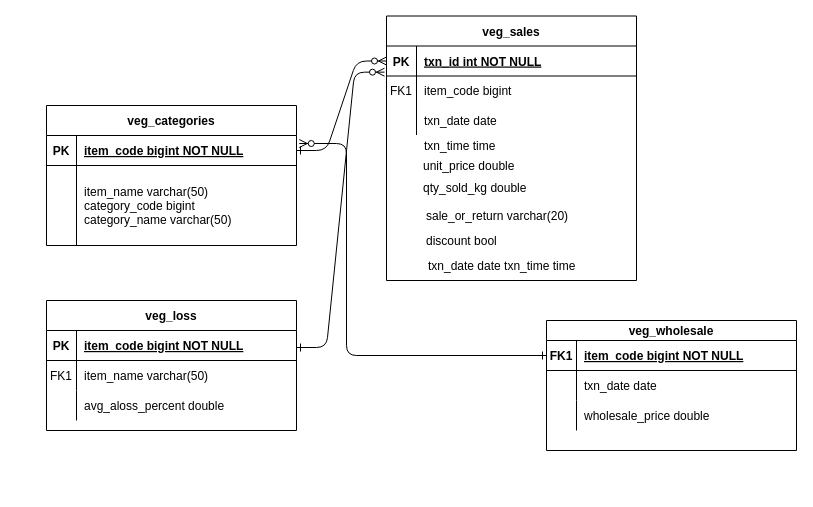
Ranjani-data-explorer/Ranjani-data-explorer keeps this draw.io diagram as Untitled Diagram.drawio. Above is the earlier version. Source tidied: cells renumbered, new cells numbered last; positions are measured from the earlier drawing's top-left corner, leaving out a move shared by most shapes. Both pictures are drawn from the tidied source at 100%, with x=0, y=0 at pixel (46, 16).
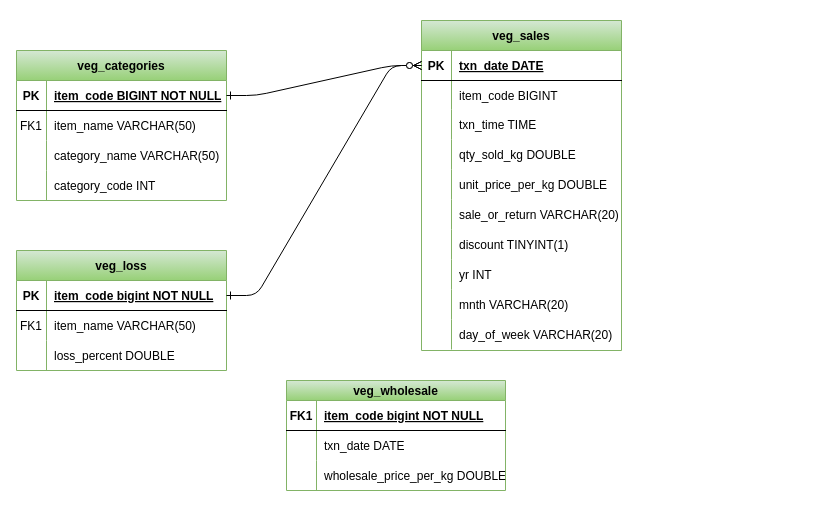
After the change.

What changed in the source:
```diff
@@
-    <mxCell id="2" style="edgeStyle=entityRelationEdgeStyle;endArrow=ERzeroToMany;startArrow=ERone;endFill=1;startFill=0;entryX=0;entryY=0.5;entryDx=0;entryDy=0;exitX=1;exitY=0.5;exitDx=0;exitDy=0;" parent="1" edge="1" source="24" target="4">
-      <mxGeometry relative="1" as="geometry">
-        <Array as="points">
-          <mxPoint x="380" y="23.5" />
-          <mxPoint x="370" y="44" />
-        </Array>
-      </mxGeometry>
-    </mxCell>
-    <mxCell id="3" value="veg_sales" style="shape=table;startSize=30;childLayout=tableLayout;rowLines=0;fontStyle=1;align=center;" parent="1" vertex="1">
-      <mxGeometry x="340" y="-0.5" width="250" height="264.5" as="geometry" />
+    <mxCell id="3" value="veg_sales" style="shape=table;startSize=30;childLayout=tableLayout;rowLines=0;fontStyle=1;align=center;fillColor=#d5e8d4;strokeColor=#82b366;gradientColor=#97d077;" parent="1" vertex="1">
+      <mxGeometry x="375" y="4" width="200" height="330" as="geometry" />
     </mxCell>
     <mxCell id="4" style="shape=partialRectangle;fillColor=none;points=[[0,0.5],[1,0.5]];portConstraint=eastwest;top=0;left=0;right=0;bottom=1;" parent="3" vertex="1">
-      <mxGeometry y="30" width="250" height="30" as="geometry" />
+      <mxGeometry y="30" width="200" height="30" as="geometry" />
     </mxCell>
@@
-    <mxCell id="6" value="txn_id int NOT NULL " style="shape=partialRectangle;overflow=hidden;fillColor=none;top=0;left=0;bottom=0;right=0;align=left;spacingLeft=6;fontStyle=5;" parent="4" vertex="1">
-      <mxGeometry x="30" width="220" height="30" as="geometry" />
+    <mxCell id="6" value="txn_date DATE" style="shape=partialRectangle;overflow=hidden;fillColor=none;top=0;left=0;bottom=0;right=0;align=left;spacingLeft=6;fontStyle=5;" parent="4" vertex="1">
+      <mxGeometry x="30" width="170" height="30" as="geometry" />
     </mxCell>
     <mxCell id="7" style="shape=partialRectangle;fillColor=none;points=[[0,0.5],[1,0.5]];portConstraint=eastwest;top=0;left=0;right=0;bottom=0;" parent="3" vertex="1">
-      <mxGeometry y="60" width="250" height="29" as="geometry" />
+      <mxGeometry y="60" width="200" height="29" as="geometry" />
     </mxCell>
-    <mxCell id="8" value="FK1" style="shape=partialRectangle;overflow=hidden;fillColor=none;top=0;left=0;bottom=0;right=0;" parent="7" vertex="1">
+    <mxCell id="8" style="shape=partialRectangle;overflow=hidden;fillColor=none;top=0;left=0;bottom=0;right=0;" parent="7" vertex="1">
       <mxGeometry width="30" height="29" as="geometry" />
     </mxCell>
-    <mxCell id="9" value="item_code bigint" style="shape=partialRectangle;overflow=hidden;fillColor=none;top=0;left=0;bottom=0;right=0;align=left;spacingLeft=6;" parent="7" vertex="1">
-      <mxGeometry x="30" width="220" height="29" as="geometry" />
+    <mxCell id="9" value="item_code BIGINT" style="shape=partialRectangle;overflow=hidden;fillColor=none;top=0;left=0;bottom=0;right=0;align=left;spacingLeft=6;" parent="7" vertex="1">
+      <mxGeometry x="30" width="170" height="29" as="geometry" />
     </mxCell>
     <mxCell id="10" style="shape=partialRectangle;fillColor=none;top=0;left=0;right=0;bottom=0;" parent="3" vertex="1">
-      <mxGeometry y="89" width="250" height="30" as="geometry" />
+      <mxGeometry y="89" width="200" height="30" as="geometry" />
     </mxCell>
@@
-    <mxCell id="12" value="txn_date date  " style="shape=partialRectangle;overflow=hidden;fillColor=none;top=0;left=0;bottom=0;right=0;align=left;spacingLeft=6;" parent="10" vertex="1">
-      <mxGeometry x="30" width="220" height="30" as="geometry" />
+    <mxCell id="12" value="txn_time TIME" style="shape=partialRectangle;overflow=hidden;fillColor=none;top=0;left=0;bottom=0;right=0;align=left;spacingLeft=6;" parent="10" vertex="1">
+      <mxGeometry x="30" width="170" height="30" as="geometry" />
     </mxCell>
+    <mxCell id="48" style="shape=partialRectangle;fillColor=none;top=0;left=0;right=0;bottom=0;" parent="3" vertex="1">
+      <mxGeometry y="119" width="200" height="30" as="geometry" />
+    </mxCell>
+    <mxCell id="49" style="shape=partialRectangle;overflow=hidden;fillColor=none;top=0;left=0;bottom=0;right=0;" parent="48" vertex="1">
+      <mxGeometry width="30" height="30" as="geometry" />
+    </mxCell>
+    <mxCell id="50" value="qty_sold_kg DOUBLE" style="shape=partialRectangle;overflow=hidden;fillColor=none;top=0;left=0;bottom=0;right=0;align=left;spacingLeft=6;" parent="48" vertex="1">
+      <mxGeometry x="30" width="170" height="30" as="geometry" />
+    </mxCell>
+    <mxCell id="51" style="shape=partialRectangle;fillColor=none;top=0;left=0;right=0;bottom=0;" parent="3" vertex="1">
+      <mxGeometry y="149" width="200" height="30" as="geometry" />
+    </mxCell>
+    <mxCell id="52" style="shape=partialRectangle;overflow=hidden;fillColor=none;top=0;left=0;bottom=0;right=0;" parent="51" vertex="1">
+      <mxGeometry width="30" height="30" as="geometry" />
+    </mxCell>
+    <mxCell id="53" value="unit_price_per_kg DOUBLE" style="shape=partialRectangle;overflow=hidden;fillColor=none;top=0;left=0;bottom=0;right=0;align=left;spacingLeft=6;" parent="51" vertex="1">
+      <mxGeometry x="30" width="170" height="30" as="geometry" />
+    </mxCell>
+    <mxCell id="54" style="shape=partialRectangle;fillColor=none;top=0;left=0;right=0;bottom=0;" parent="3" vertex="1">
+      <mxGeometry y="179" width="200" height="30" as="geometry" />
+    </mxCell>
+    <mxCell id="55" style="shape=partialRectangle;overflow=hidden;fillColor=none;top=0;left=0;bottom=0;right=0;" parent="54" vertex="1">
+      <mxGeometry width="30" height="30" as="geometry" />
+    </mxCell>
+    <mxCell id="56" value="sale_or_return VARCHAR(20)" style="shape=partialRectangle;overflow=hidden;fillColor=none;top=0;left=0;bottom=0;right=0;align=left;spacingLeft=6;" parent="54" vertex="1">
+      <mxGeometry x="30" width="170" height="30" as="geometry" />
+    </mxCell>
+    <mxCell id="57" style="shape=partialRectangle;fillColor=none;top=0;left=0;right=0;bottom=0;" parent="3" vertex="1">
+      <mxGeometry y="209" width="200" height="30" as="geometry" />
+    </mxCell>
+    <mxCell id="58" style="shape=partialRectangle;overflow=hidden;fillColor=none;top=0;left=0;bottom=0;right=0;" parent="57" vertex="1">
+      <mxGeometry width="30" height="30" as="geometry" />
+    </mxCell>
+    <mxCell id="59" value="discount TINYINT(1)" style="shape=partialRectangle;overflow=hidden;fillColor=none;top=0;left=0;bottom=0;right=0;align=left;spacingLeft=6;" parent="57" vertex="1">
+      <mxGeometry x="30" width="170" height="30" as="geometry" />
+    </mxCell>
+    <mxCell id="60" style="shape=partialRectangle;fillColor=none;top=0;left=0;right=0;bottom=0;" parent="3" vertex="1">
+      <mxGeometry y="239" width="200" height="30" as="geometry" />
+    </mxCell>
+    <mxCell id="61" style="shape=partialRectangle;overflow=hidden;fillColor=none;top=0;left=0;bottom=0;right=0;" parent="60" vertex="1">
+      <mxGeometry width="30" height="30" as="geometry" />
+    </mxCell>
+    <mxCell id="62" value="yr INT" style="shape=partialRectangle;overflow=hidden;fillColor=none;top=0;left=0;bottom=0;right=0;align=left;spacingLeft=6;" parent="60" vertex="1">
+      <mxGeometry x="30" width="170" height="30" as="geometry" />
+    </mxCell>
+    <mxCell id="63" style="shape=partialRectangle;fillColor=none;top=0;left=0;right=0;bottom=0;" parent="3" vertex="1">
+      <mxGeometry y="269" width="200" height="30" as="geometry" />
+    </mxCell>
+    <mxCell id="64" style="shape=partialRectangle;overflow=hidden;fillColor=none;top=0;left=0;bottom=0;right=0;" parent="63" vertex="1">
+      <mxGeometry width="30" height="30" as="geometry" />
+    </mxCell>
+    <mxCell id="65" value="mnth VARCHAR(20)" style="shape=partialRectangle;overflow=hidden;fillColor=none;top=0;left=0;bottom=0;right=0;align=left;spacingLeft=6;" parent="63" vertex="1">
+      <mxGeometry x="30" width="170" height="30" as="geometry" />
+    </mxCell>
+    <mxCell id="66" style="shape=partialRectangle;fillColor=none;top=0;left=0;right=0;bottom=0;" parent="3" vertex="1">
+      <mxGeometry y="299" width="200" height="30" as="geometry" />
+    </mxCell>
+    <mxCell id="67" style="shape=partialRectangle;overflow=hidden;fillColor=none;top=0;left=0;bottom=0;right=0;" parent="66" vertex="1">
+      <mxGeometry width="30" height="30" as="geometry" />
+    </mxCell>
+    <mxCell id="68" value="day_of_week VARCHAR(20)" style="shape=partialRectangle;overflow=hidden;fillColor=none;top=0;left=0;bottom=0;right=0;align=left;spacingLeft=6;" parent="66" vertex="1">
+      <mxGeometry x="30" width="170" height="30" as="geometry" />
+    </mxCell>
-    <mxCell id="13" value="veg_loss" style="shape=table;startSize=30;childLayout=tableLayout;rowLines=0;fontStyle=1;align=center;" parent="1" vertex="1">
-      <mxGeometry y="284" width="250" height="130" as="geometry" />
+    <mxCell id="13" value="veg_loss" style="shape=table;startSize=30;childLayout=tableLayout;rowLines=0;fontStyle=1;align=center;fillColor=#d5e8d4;gradientColor=#97d077;strokeColor=#82b366;" parent="1" vertex="1">
+      <mxGeometry x="-30" y="234" width="210" height="120" as="geometry" />
     </mxCell>
     <mxCell id="14" style="shape=partialRectangle;fillColor=none;points=[[0,0.5],[1,0.5]];portConstraint=eastwest;top=0;left=0;right=0;bottom=1;" parent="13" vertex="1">
-      <mxGeometry y="30" width="250" height="30" as="geometry" />
+      <mxGeometry y="30" width="210" height="30" as="geometry" />
     </mxCell>
@@
     <mxCell id="16" value="item_code bigint NOT NULL" style="shape=partialRectangle;overflow=hidden;fillColor=none;top=0;left=0;bottom=0;right=0;align=left;spacingLeft=6;fontStyle=5;" parent="14" vertex="1">
-      <mxGeometry x="30" width="220" height="30" as="geometry" />
+      <mxGeometry x="30" width="180" height="30" as="geometry" />
     </mxCell>
     <mxCell id="17" style="shape=partialRectangle;fillColor=none;top=0;left=0;right=0;bottom=0;" parent="13" vertex="1">
-      <mxGeometry y="60" width="250" height="30" as="geometry" />
+      <mxGeometry y="60" width="210" height="30" as="geometry" />
     </mxCell>
@@
-    <mxCell id="19" value="item_name varchar(50)" style="shape=partialRectangle;overflow=hidden;fillColor=none;top=0;left=0;bottom=0;right=0;align=left;spacingLeft=6;" parent="17" vertex="1">
-      <mxGeometry x="30" width="220" height="30" as="geometry" />
+    <mxCell id="19" value="item_name VARCHAR(50)" style="shape=partialRectangle;overflow=hidden;fillColor=none;top=0;left=0;bottom=0;right=0;align=left;spacingLeft=6;" parent="17" vertex="1">
+      <mxGeometry x="30" width="180" height="30" as="geometry" />
     </mxCell>
     <mxCell id="20" style="shape=partialRectangle;fillColor=none;top=0;left=0;right=0;bottom=0;" parent="13" vertex="1">
-      <mxGeometry y="90" width="250" height="30" as="geometry" />
+      <mxGeometry y="90" width="210" height="30" as="geometry" />
     </mxCell>
@@
-    <mxCell id="22" value="avg_aloss_percent double" style="shape=partialRectangle;overflow=hidden;fillColor=none;top=0;left=0;bottom=0;right=0;align=left;spacingLeft=6;" parent="20" vertex="1">
-      <mxGeometry x="30" width="220" height="30" as="geometry" />
+    <mxCell id="22" value="loss_percent DOUBLE" style="shape=partialRectangle;overflow=hidden;fillColor=none;top=0;left=0;bottom=0;right=0;align=left;spacingLeft=6;" parent="20" vertex="1">
+      <mxGeometry x="30" width="180" height="30" as="geometry" />
     </mxCell>
-    <mxCell id="23" value="veg_categories" style="shape=table;startSize=30;childLayout=tableLayout;rowLines=0;fontStyle=1;align=center;" parent="1" vertex="1">
-      <mxGeometry y="89" width="250" height="140" as="geometry" />
-    </mxCell>
-    <mxCell id="24" style="shape=partialRectangle;fillColor=none;points=[[0,0.5],[1,0.5]];portConstraint=eastwest;top=0;left=0;right=0;bottom=1;" parent="23" vertex="1">
-      <mxGeometry y="30" width="250" height="30" as="geometry" />
-    </mxCell>
-    <mxCell id="25" value="PK" style="shape=partialRectangle;overflow=hidden;fillColor=none;top=0;left=0;bottom=0;right=0;fontStyle=1;" parent="24" vertex="1">
-      <mxGeometry width="30" height="30" as="geometry" />
-    </mxCell>
-    <mxCell id="26" value="item_code bigint NOT NULL " style="shape=partialRectangle;overflow=hidden;fillColor=none;top=0;left=0;bottom=0;right=0;align=left;spacingLeft=6;fontStyle=5;" parent="24" vertex="1">
-      <mxGeometry x="30" width="220" height="30" as="geometry" />
-    </mxCell>
-    <mxCell id="27" style="shape=partialRectangle;fillColor=none;top=0;left=0;right=0;bottom=0;" parent="23" vertex="1">
-      <mxGeometry y="60" width="250" height="80" as="geometry" />
-    </mxCell>
-    <mxCell id="28" style="shape=partialRectangle;overflow=hidden;fillColor=none;top=0;left=0;bottom=0;right=0;" parent="27" vertex="1">
-      <mxGeometry width="30" height="80" as="geometry" />
-    </mxCell>
-    <mxCell id="29" value="item_name varchar(50)&#10;category_code bigint&#10;category_name varchar(50)" style="shape=partialRectangle;overflow=hidden;fillColor=none;top=0;left=0;bottom=0;right=0;align=left;spacingLeft=6;" parent="27" vertex="1">
-      <mxGeometry x="30" width="220" height="80" as="geometry" />
-    </mxCell>
-    <mxCell id="30" value="unit_price double " style="shape=partialRectangle;overflow=hidden;fillColor=none;top=0;left=0;bottom=0;right=0;align=left;spacingLeft=6;" parent="1" vertex="1">
-      <mxGeometry x="369" y="134" width="220" height="30" as="geometry" />
-    </mxCell>
-    <mxCell id="31" value="qty_sold_kg double" style="shape=partialRectangle;overflow=hidden;fillColor=none;top=0;left=0;bottom=0;right=0;align=left;spacingLeft=6;" parent="1" vertex="1">
-      <mxGeometry x="369" y="156" width="220" height="30" as="geometry" />
-    </mxCell>
-    <mxCell id="32" value="sale_or_return varchar(20)" style="shape=partialRectangle;overflow=hidden;fillColor=none;top=0;left=0;bottom=0;right=0;align=left;spacingLeft=6;" parent="1" vertex="1">
-      <mxGeometry x="372" y="184" width="220" height="30" as="geometry" />
-    </mxCell>
-    <mxCell id="33" value="discount bool" style="shape=partialRectangle;overflow=hidden;fillColor=none;top=0;left=0;bottom=0;right=0;align=left;spacingLeft=6;" parent="1" vertex="1">
-      <mxGeometry x="372" y="209" width="220" height="30" as="geometry" />
-    </mxCell>
-    <mxCell id="34" value="txn_date date txn_time time " style="shape=partialRectangle;overflow=hidden;fillColor=none;top=0;left=0;bottom=0;right=0;align=left;spacingLeft=6;" parent="1" vertex="1">
-      <mxGeometry x="374" y="234" width="220" height="30" as="geometry" />
-    </mxCell>
-    <mxCell id="35" value="txn_time time  " style="shape=partialRectangle;overflow=hidden;fillColor=none;top=0;left=0;bottom=0;right=0;align=left;spacingLeft=6;" parent="1" vertex="1">
-      <mxGeometry x="370" y="113.8" width="220" height="30" as="geometry" />
-    </mxCell>
-    <mxCell id="36" style="edgeStyle=entityRelationEdgeStyle;endArrow=ERzeroToMany;startArrow=ERone;endFill=1;startFill=0;entryX=-0.008;entryY=-0.132;entryDx=0;entryDy=0;entryPerimeter=0;" parent="1" edge="1" target="7">
-      <mxGeometry relative="1" as="geometry">
-        <mxPoint x="250" y="331" as="sourcePoint" />
-        <Array as="points">
-          <mxPoint x="380" y="35" />
-          <mxPoint x="370" y="55.5" />
-        </Array>
-      </mxGeometry>
-    </mxCell>
-    <mxCell id="37" value="veg_wholesale" style="shape=table;startSize=20;childLayout=tableLayout;rowLines=0;fontStyle=1;align=center;" parent="1" vertex="1">
-      <mxGeometry x="500" y="304" width="250" height="130" as="geometry" />
+    <mxCell id="37" value="veg_wholesale" style="shape=table;startSize=20;childLayout=tableLayout;rowLines=0;fontStyle=1;align=center;fillColor=#d5e8d4;gradientColor=#97d077;strokeColor=#82b366;" parent="1" vertex="1">
+      <mxGeometry x="240" y="364" width="219" height="110" as="geometry" />
     </mxCell>
     <mxCell id="38" style="shape=partialRectangle;fillColor=none;points=[[0,0.5],[1,0.5]];portConstraint=eastwest;top=0;left=0;right=0;bottom=1;" parent="37" vertex="1">
-      <mxGeometry y="20" width="250" height="30" as="geometry" />
+      <mxGeometry y="20" width="219" height="30" as="geometry" />
     </mxCell>
@@
     <mxCell id="40" value="item_code bigint NOT NULL" style="shape=partialRectangle;overflow=hidden;fillColor=none;top=0;left=0;bottom=0;right=0;align=left;spacingLeft=6;fontStyle=5;" parent="38" vertex="1">
-      <mxGeometry x="30" width="220" height="30" as="geometry" />
+      <mxGeometry x="30" width="189" height="30" as="geometry" />
     </mxCell>
     <mxCell id="41" style="shape=partialRectangle;fillColor=none;top=0;left=0;right=0;bottom=0;" parent="37" vertex="1">
-      <mxGeometry y="50" width="250" height="30" as="geometry" />
+      <mxGeometry y="50" width="219" height="30" as="geometry" />
     </mxCell>
@@
-    <mxCell id="43" value="txn_date date" style="shape=partialRectangle;overflow=hidden;fillColor=none;top=0;left=0;bottom=0;right=0;align=left;spacingLeft=6;" parent="41" vertex="1">
-      <mxGeometry x="30" width="220" height="30" as="geometry" />
+    <mxCell id="43" value="txn_date DATE" style="shape=partialRectangle;overflow=hidden;fillColor=none;top=0;left=0;bottom=0;right=0;align=left;spacingLeft=6;" parent="41" vertex="1">
+      <mxGeometry x="30" width="189" height="30" as="geometry" />
     </mxCell>
     <mxCell id="44" style="shape=partialRectangle;fillColor=none;top=0;left=0;right=0;bottom=0;" parent="37" vertex="1">
-      <mxGeometry y="80" width="250" height="30" as="geometry" />
+      <mxGeometry y="80" width="219" height="30" as="geometry" />
     </mxCell>
@@
-    <mxCell id="46" value="wholesale_price double" style="shape=partialRectangle;overflow=hidden;fillColor=none;top=0;left=0;bottom=0;right=0;align=left;spacingLeft=6;" parent="44" vertex="1">
-      <mxGeometry x="30" width="220" height="30" as="geometry" />
+    <mxCell id="46" value="wholesale_price_per_kg DOUBLE" style="shape=partialRectangle;overflow=hidden;fillColor=none;top=0;left=0;bottom=0;right=0;align=left;spacingLeft=6;" parent="44" vertex="1">
+      <mxGeometry x="30" width="189" height="30" as="geometry" />
     </mxCell>
-    <mxCell id="47" style="endArrow=ERzeroToMany;startArrow=ERone;endFill=1;startFill=0;entryX=1.011;entryY=0.267;entryDx=0;entryDy=0;entryPerimeter=0;exitX=0;exitY=0.5;exitDx=0;exitDy=0;edgeStyle=orthogonalEdgeStyle;" parent="1" edge="1" source="38" target="24">
-      <mxGeometry relative="1" as="geometry">
-        <Array as="points">
-          <mxPoint x="300" y="339" />
-          <mxPoint x="300" y="127" />
-        </Array>
-      </mxGeometry>
-    </mxCell>
+    <mxCell id="23" value="veg_categories" style="shape=table;startSize=30;childLayout=tableLayout;rowLines=0;fontStyle=1;align=center;fillColor=#d5e8d4;gradientColor=#97d077;strokeColor=#82b366;" parent="1" vertex="1">
+      <mxGeometry x="-30" y="34" width="210" height="150" as="geometry" />
+    </mxCell>
+    <mxCell id="69" style="shape=partialRectangle;fillColor=none;points=[[0,0.5],[1,0.5]];portConstraint=eastwest;top=0;left=0;right=0;bottom=1;" parent="23" vertex="1">
+      <mxGeometry y="30" width="210" height="30" as="geometry" />
+    </mxCell>
+    <mxCell id="25" value="PK" style="shape=partialRectangle;overflow=hidden;fillColor=none;top=0;left=0;bottom=0;right=0;fontStyle=1;" parent="69" vertex="1">
+      <mxGeometry width="30" height="30" as="geometry" />
+    </mxCell>
+    <mxCell id="70" value="item_code BIGINT NOT NULL" style="shape=partialRectangle;overflow=hidden;fillColor=none;top=0;left=0;bottom=0;right=0;align=left;spacingLeft=6;fontStyle=5;" parent="69" vertex="1">
+      <mxGeometry x="30" width="180" height="30" as="geometry" />
+    </mxCell>
+    <mxCell id="71" style="shape=partialRectangle;fillColor=none;top=0;left=0;right=0;bottom=0;" parent="23" vertex="1">
+      <mxGeometry y="60" width="210" height="30" as="geometry" />
+    </mxCell>
+    <mxCell id="72" value="FK1" style="shape=partialRectangle;overflow=hidden;fillColor=none;top=0;left=0;bottom=0;right=0;" parent="71" vertex="1">
+      <mxGeometry width="30" height="30" as="geometry" />
+    </mxCell>
+    <mxCell id="73" value="item_name VARCHAR(50)" style="shape=partialRectangle;overflow=hidden;fillColor=none;top=0;left=0;bottom=0;right=0;align=left;spacingLeft=6;" parent="71" vertex="1">
+      <mxGeometry x="30" width="180" height="30" as="geometry" />
+    </mxCell>
+    <mxCell id="74" style="shape=partialRectangle;fillColor=none;top=0;left=0;right=0;bottom=0;" parent="23" vertex="1">
+      <mxGeometry y="90" width="210" height="30" as="geometry" />
+    </mxCell>
+    <mxCell id="75" style="shape=partialRectangle;overflow=hidden;fillColor=none;top=0;left=0;bottom=0;right=0;" parent="74" vertex="1">
+      <mxGeometry width="30" height="30" as="geometry" />
+    </mxCell>
+    <mxCell id="76" value="category_name VARCHAR(50)" style="shape=partialRectangle;overflow=hidden;fillColor=none;top=0;left=0;bottom=0;right=0;align=left;spacingLeft=6;" parent="74" vertex="1">
+      <mxGeometry x="30" width="180" height="30" as="geometry" />
+    </mxCell>
+    <mxCell id="77" style="shape=partialRectangle;fillColor=none;top=0;left=0;right=0;bottom=0;" parent="23" vertex="1">
+      <mxGeometry y="120" width="210" height="30" as="geometry" />
+    </mxCell>
+    <mxCell id="78" style="shape=partialRectangle;overflow=hidden;fillColor=none;top=0;left=0;bottom=0;right=0;" parent="77" vertex="1">
+      <mxGeometry width="30" height="30" as="geometry" />
+    </mxCell>
+    <mxCell id="79" value="category_code INT" style="shape=partialRectangle;overflow=hidden;fillColor=none;top=0;left=0;bottom=0;right=0;align=left;spacingLeft=6;" parent="77" vertex="1">
+      <mxGeometry x="30" width="180" height="30" as="geometry" />
+    </mxCell>
+    <mxCell id="80" style="edgeStyle=entityRelationEdgeStyle;endArrow=ERzeroToMany;startArrow=ERone;endFill=1;startFill=0;entryX=0;entryY=0.5;entryDx=0;entryDy=0;exitX=1;exitY=0.5;exitDx=0;exitDy=0;" parent="1" edge="1" source="69" target="4">
+      <mxGeometry relative="1" as="geometry">
+        <Array as="points">
+          <mxPoint x="380" y="23.5" />
+          <mxPoint x="370" y="44" />
+          <mxPoint x="370" y="44" />
+        </Array>
+      </mxGeometry>
+    </mxCell>
+    <mxCell id="81" style="edgeStyle=entityRelationEdgeStyle;endArrow=ERzeroToMany;startArrow=ERone;endFill=1;startFill=0;exitX=1;exitY=0.5;exitDx=0;exitDy=0;" parent="1" edge="1" source="14" target="4">
+      <mxGeometry relative="1" as="geometry">
+        <Array as="points">
+          <mxPoint x="390" y="33.5" />
+          <mxPoint x="380" y="54" />
+          <mxPoint x="380" y="54" />
+        </Array>
+      </mxGeometry>
+    </mxCell>
```
